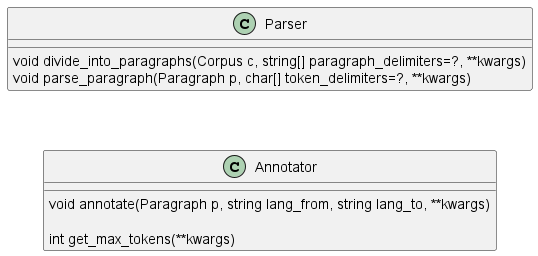
Above: docs/design/images/class_manipulators.png in parkchamchi/GlossySnake (PlantUML), before the change.
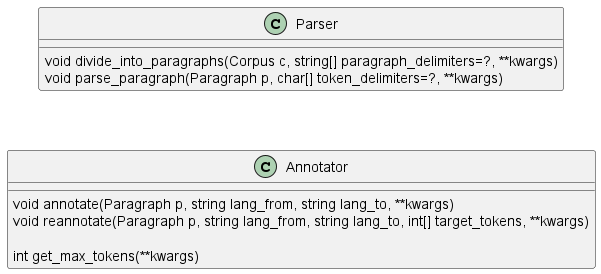
After the commit.

Commit message:
backend: reannotate skeleton

Change to the diagram source:
```diff
@@ -7,6 +7,7 @@
 
 class Annotator {
 	void annotate(Paragraph p, string lang_from, string lang_to, **kwargs)
+	void reannotate(Paragraph p, string lang_from, string lang_to, int[] target_tokens, **kwargs)
 
 	int get_max_tokens(**kwargs)
 }
```
